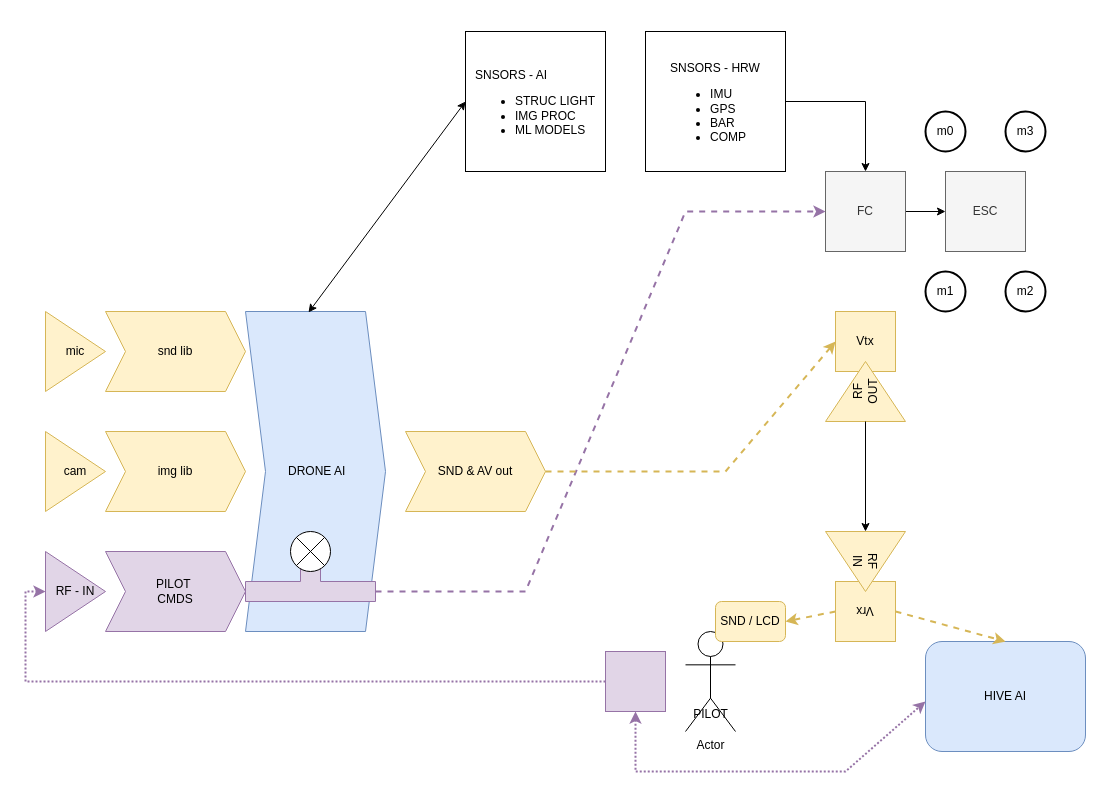
iotech-systems/ai-in-the-loop keeps this draw.io diagram as docs/aiitl-pipe.drawio. Above is the earlier version. Source tidied: cells renumbered, new cells numbered last; positions are measured from the earlier drawing's top-left corner, leaving out a move shared by most shapes. Both pictures are drawn from the tidied source at 100%, with x=0, y=0 at pixel (45, 31).
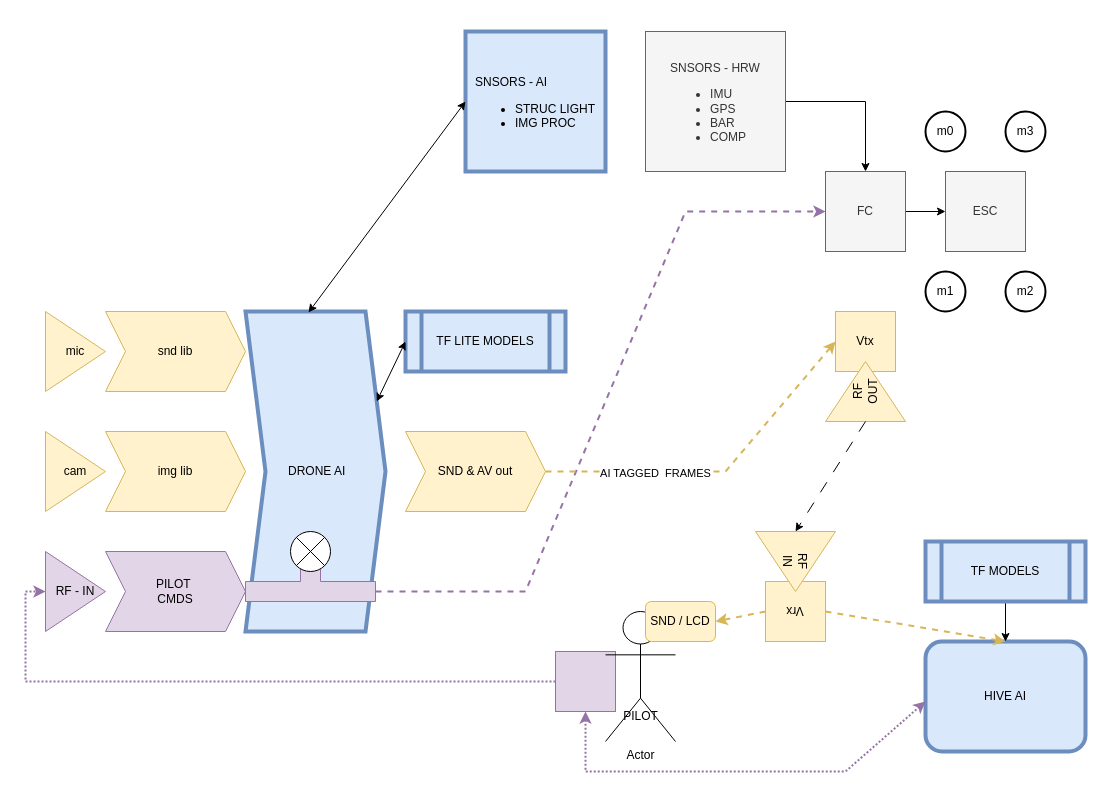
Above is the later version.

The change refers to these unchanged cells:
```xml
<mxCell id="19" value="&lt;div&gt;RF&lt;/div&gt;&lt;div&gt;OUT&lt;/div&gt;" style="triangle;whiteSpace=wrap;html=1;rotation=-90;fillColor=#fff2cc;strokeColor=#d6b656;" parent="1" vertex="1">
  <mxGeometry x="790" y="320" width="60" height="80" as="geometry" />
</mxCell>
<mxCell id="30" style="endArrow=classic;html=1;rounded=0;exitX=1;exitY=0.5;exitDx=0;exitDy=0;entryX=0;entryY=0.5;entryDx=0;entryDy=0;fillColor=#fff2cc;strokeColor=#d6b656;strokeWidth=2;dashed=1;" parent="1" edge="1" source="29" target="18">
  <mxGeometry relative="1" as="geometry">
    <Array as="points">
      <mxPoint x="680" y="440" />
    </Array>
  </mxGeometry>
</mxCell>
<mxCell id="32" value="&lt;div&gt;Vrx&lt;/div&gt;" style="whiteSpace=wrap;html=1;fillColor=#fff2cc;strokeColor=#d6b656;rotation=-180;" parent="31" vertex="1">
  <mxGeometry x="10" y="50" width="60" height="60" as="geometry" />
</mxCell>
<mxCell id="33" value="&lt;div&gt;RF&lt;/div&gt;&lt;div&gt;IN&lt;/div&gt;" style="triangle;whiteSpace=wrap;html=1;rotation=-270;fillColor=#fff2cc;strokeColor=#d6b656;" parent="31" vertex="1">
  <mxGeometry x="10" y="-10" width="60" height="80" as="geometry" />
</mxCell>
```

Change to the diagram source:
```diff
@@
-    <mxCell id="14" value="&lt;div align=&quot;left&quot;&gt;&lt;br&gt;&lt;/div&gt;&lt;div align=&quot;left&quot;&gt;&lt;br&gt;&lt;/div&gt;&lt;div align=&quot;left&quot;&gt;&lt;br&gt;&lt;/div&gt;&lt;div align=&quot;left&quot;&gt;SNSORS - HRW&lt;br&gt;&lt;/div&gt;&lt;div align=&quot;left&quot;&gt;&lt;ul&gt;&lt;li&gt;IMU&lt;/li&gt;&lt;li&gt;GPS&lt;/li&gt;&lt;li&gt;BAR&lt;/li&gt;&lt;li&gt;COMP&lt;/li&gt;&lt;/ul&gt;&lt;/div&gt;&lt;div&gt;&lt;br&gt;&lt;/div&gt;&lt;div&gt;&lt;br&gt;&lt;/div&gt;" style="whiteSpace=wrap;html=1;" parent="1" vertex="1">
+    <mxCell id="14" value="&lt;div align=&quot;left&quot;&gt;&lt;br&gt;&lt;/div&gt;&lt;div align=&quot;left&quot;&gt;&lt;br&gt;&lt;/div&gt;&lt;div align=&quot;left&quot;&gt;&lt;br&gt;&lt;/div&gt;&lt;div align=&quot;left&quot;&gt;SNSORS - HRW&lt;br&gt;&lt;/div&gt;&lt;div align=&quot;left&quot;&gt;&lt;ul&gt;&lt;li&gt;IMU&lt;/li&gt;&lt;li&gt;GPS&lt;/li&gt;&lt;li&gt;BAR&lt;/li&gt;&lt;li&gt;COMP&lt;/li&gt;&lt;/ul&gt;&lt;/div&gt;&lt;div&gt;&lt;br&gt;&lt;/div&gt;&lt;div&gt;&lt;br&gt;&lt;/div&gt;" style="whiteSpace=wrap;html=1;fillColor=#f5f5f5;fontColor=#333333;strokeColor=#666666;" parent="1" vertex="1">
       <mxGeometry x="600" width="140" height="140" as="geometry" />
     </mxCell>
-    <mxCell id="15" value="&lt;div align=&quot;left&quot;&gt;&lt;br&gt;&lt;/div&gt;&lt;div align=&quot;left&quot;&gt;&lt;br&gt;&lt;/div&gt;&lt;div align=&quot;left&quot;&gt;&lt;br&gt;&lt;/div&gt;&lt;div align=&quot;left&quot;&gt;SNSORS - AI&lt;br&gt;&lt;/div&gt;&lt;div align=&quot;left&quot;&gt;&lt;ul&gt;&lt;li&gt;STRUC LIGHT&lt;/li&gt;&lt;li&gt;IMG PROC&lt;/li&gt;&lt;li&gt;ML MODELS&lt;/li&gt;&lt;/ul&gt;&lt;/div&gt;&lt;div&gt;&lt;br&gt;&lt;/div&gt;&lt;div&gt;&lt;br&gt;&lt;/div&gt;" style="whiteSpace=wrap;html=1;" parent="1" vertex="1">
+    <mxCell id="15" value="&lt;div align=&quot;left&quot;&gt;&lt;br&gt;&lt;/div&gt;&lt;div align=&quot;left&quot;&gt;&lt;br&gt;&lt;/div&gt;&lt;div align=&quot;left&quot;&gt;&lt;br&gt;&lt;/div&gt;&lt;div align=&quot;left&quot;&gt;SNSORS - AI&lt;br&gt;&lt;/div&gt;&lt;div align=&quot;left&quot;&gt;&lt;ul&gt;&lt;li&gt;STRUC LIGHT&lt;/li&gt;&lt;li&gt;IMG PROC&lt;/li&gt;&lt;/ul&gt;&lt;/div&gt;&lt;div&gt;&lt;br&gt;&lt;/div&gt;&lt;div&gt;&lt;br&gt;&lt;/div&gt;" style="whiteSpace=wrap;html=1;fillColor=#dae8fc;strokeColor=#6c8ebf;strokeWidth=4;" parent="1" vertex="1">
       <mxGeometry x="420" width="140" height="140" as="geometry" />
     </mxCell>
@@
-    <mxCell id="21" value="Actor" style="shape=umlActor;verticalLabelPosition=bottom;verticalAlign=top;html=1;" parent="1" vertex="1">
-      <mxGeometry x="640" y="600" width="50" height="100" as="geometry" />
-    </mxCell>
-    <mxCell id="22" value="&lt;div&gt;PILOT&lt;/div&gt;" style="text;html=1;align=center;verticalAlign=middle;strokeColor=none;fillColor=none;" parent="1" vertex="1">
-      <mxGeometry x="635" y="668" width="60" height="30" as="geometry" />
-    </mxCell>
     <mxCell id="23" style="whiteSpace=wrap;html=1;fillColor=#e1d5e7;strokeColor=#9673a6;" parent="1" vertex="1">
-      <mxGeometry x="560" y="620" width="60" height="60" as="geometry" />
+      <mxGeometry x="510" y="620" width="60" height="60" as="geometry" />
     </mxCell>
@@
-    <mxCell id="25" style="group;" parent="1" vertex="1">
+    <mxCell id="25" style="group;strokeWidth=4;strokeColor=none;" parent="1" vertex="1">
       <mxGeometry x="200" y="280" width="140" height="320" as="geometry" />
     </mxCell>
-    <mxCell id="26" value="&lt;div&gt;&amp;nbsp;DRONE AI&lt;/div&gt;" style="shape=step;perimeter=stepPerimeter;whiteSpace=wrap;html=1;fixedSize=1;fillColor=#dae8fc;strokeColor=#6c8ebf;" parent="25" vertex="1">
+    <mxCell id="26" value="&lt;div&gt;&amp;nbsp;DRONE AI&lt;/div&gt;" style="shape=step;perimeter=stepPerimeter;whiteSpace=wrap;html=1;fixedSize=1;fillColor=#dae8fc;strokeColor=#6c8ebf;strokeWidth=4;" parent="25" vertex="1">
       <mxGeometry width="140" height="320" as="geometry" />
     </mxCell>
@@
+    <mxCell id="41" value="&lt;div&gt;AI TAGGED&amp;nbsp; FRAMES&lt;/div&gt;" style="edgeLabel;html=1;align=center;verticalAlign=middle;" parent="30" vertex="1">
+      <mxGeometry x="-0.38" y="-1" relative="1" as="geometry" />
+    </mxCell>
     <mxCell id="31" style="group;rotation=-180;" parent="1" vertex="1">
-      <mxGeometry x="780" y="500" width="80" height="110" as="geometry" />
+      <mxGeometry x="710" y="500" width="80" height="110" as="geometry" />
     </mxCell>
@@
-    <mxCell id="35" style="endArrow=classic;html=1;rounded=0;entryX=0;entryY=0.5;entryDx=0;entryDy=0;exitX=0;exitY=0.5;exitDx=0;exitDy=0;" parent="1" edge="1" source="19" target="33">
+    <mxCell id="35" style="endArrow=classic;html=1;rounded=0;entryX=0;entryY=0.5;entryDx=0;entryDy=0;exitX=0;exitY=0.5;exitDx=0;exitDy=0;dashed=1;dashPattern=12 12;" parent="1" edge="1" source="19" target="33">
       <mxGeometry relative="1" as="geometry" />
     </mxCell>
-    <mxCell id="36" value="SND / LCD" style="rounded=1;whiteSpace=wrap;html=1;fillColor=#fff2cc;strokeColor=#d6b656;" parent="1" vertex="1">
-      <mxGeometry x="670" y="570" width="70" height="40" as="geometry" />
-    </mxCell>
-    <mxCell id="37" style="endArrow=classic;html=1;rounded=0;entryX=1;entryY=0.5;entryDx=0;entryDy=0;strokeWidth=2;fillColor=#fff2cc;strokeColor=#d6b656;dashed=1;" parent="1" edge="1" target="36">
-      <mxGeometry relative="1" as="geometry">
-        <mxPoint x="790" y="580" as="sourcePoint" />
-      </mxGeometry>
+    <mxCell id="37" style="endArrow=classic;html=1;rounded=0;entryX=1;entryY=0.5;entryDx=0;entryDy=0;strokeWidth=2;fillColor=#fff2cc;strokeColor=#d6b656;dashed=1;exitX=1;exitY=0.5;exitDx=0;exitDy=0;" parent="1" edge="1" source="32" target="36">
+      <mxGeometry relative="1" as="geometry" />
     </mxCell>
-    <mxCell id="38" value="&lt;div&gt;HIVE AI&lt;/div&gt;" style="rounded=1;whiteSpace=wrap;html=1;fillColor=#dae8fc;strokeColor=#6c8ebf;" parent="1" vertex="1">
+    <mxCell id="38" value="&lt;div&gt;HIVE AI&lt;/div&gt;" style="rounded=1;whiteSpace=wrap;html=1;fillColor=#dae8fc;strokeColor=#6c8ebf;strokeWidth=4;" parent="1" vertex="1">
       <mxGeometry x="880" y="610" width="160" height="110" as="geometry" />
     </mxCell>
@@
     <mxCell id="40" style="endArrow=classic;startArrow=classic;html=1;rounded=0;exitX=0.5;exitY=1;exitDx=0;exitDy=0;entryX=0;entryY=0.545;entryDx=0;entryDy=0;entryPerimeter=0;strokeWidth=2;fillColor=#e1d5e7;strokeColor=#9673a6;dashed=1;dashPattern=1 1;" parent="1" edge="1" source="23" target="38">
       <mxGeometry relative="1" as="geometry">
         <Array as="points">
-          <mxPoint x="590" y="740" />
+          <mxPoint x="540" y="740" />
           <mxPoint x="800" y="740" />
         </Array>
       </mxGeometry>
     </mxCell>
+    <mxCell id="42" style="group;" parent="1" vertex="1">
+      <mxGeometry x="560" y="580" width="110" height="130" as="geometry" />
+    </mxCell>
+    <mxCell id="21" value="Actor" style="shape=umlActor;verticalLabelPosition=bottom;verticalAlign=top;html=1;" parent="42" vertex="1">
+      <mxGeometry width="70" height="130" as="geometry" />
+    </mxCell>
+    <mxCell id="22" value="&lt;div&gt;PILOT&lt;/div&gt;" style="text;html=1;align=center;verticalAlign=middle;strokeColor=none;fillColor=none;" parent="42" vertex="1">
+      <mxGeometry x="5" y="90" width="60" height="30" as="geometry" />
+    </mxCell>
+    <mxCell id="36" value="SND / LCD" style="rounded=1;whiteSpace=wrap;html=1;fillColor=#fff2cc;strokeColor=#d6b656;" parent="42" vertex="1">
+      <mxGeometry x="40" y="-10" width="70" height="40" as="geometry" />
+    </mxCell>
+    <mxCell id="43" value="TF LITE MODELS" style="shape=process;whiteSpace=wrap;html=1;backgroundOutline=1;fillColor=#dae8fc;strokeColor=#6c8ebf;strokeWidth=4;" parent="1" vertex="1">
+      <mxGeometry x="360" y="280" width="160" height="60" as="geometry" />
+    </mxCell>
+    <mxCell id="44" style="endArrow=classic;startArrow=classic;html=1;rounded=0;entryX=0;entryY=0.5;entryDx=0;entryDy=0;exitX=1;exitY=0.25;exitDx=0;exitDy=0;" parent="1" edge="1" source="26" target="43">
+      <mxGeometry relative="1" as="geometry" />
+    </mxCell>
+    <mxCell id="45" style="edgeStyle=orthogonalEdgeStyle;rounded=0;jettySize=auto;html=1;" parent="1" edge="1" source="46" target="38">
+      <mxGeometry relative="1" as="geometry" />
+    </mxCell>
+    <mxCell id="46" value="TF MODELS" style="shape=process;whiteSpace=wrap;html=1;backgroundOutline=1;fillColor=#dae8fc;strokeColor=#6c8ebf;strokeWidth=4;" parent="1" vertex="1">
+      <mxGeometry x="880" y="510" width="160" height="60" as="geometry" />
+    </mxCell>
```
